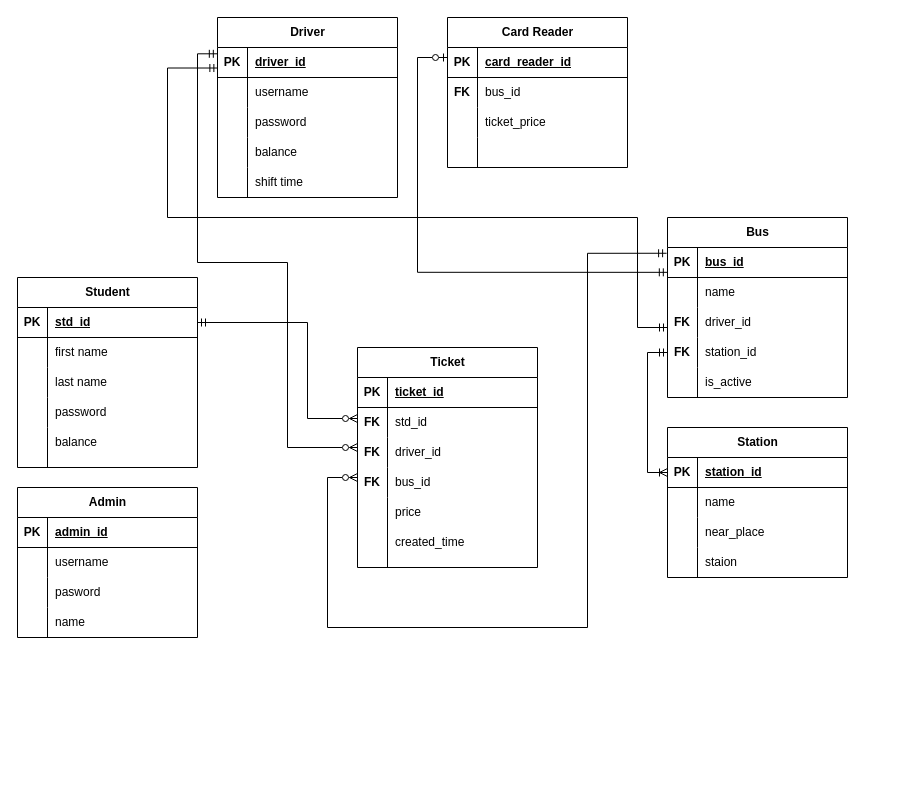
srbmm/bus_ticket_server keeps this draw.io diagram as entity_diagrams.drawio. Above is the earlier version. Source tidied: cells renumbered, new cells numbered last; positions are measured from the earlier drawing's top-left corner, leaving out a move shared by most shapes. Both pictures are drawn from the tidied source at 100%, with x=0, y=0 at pixel (17, 17).
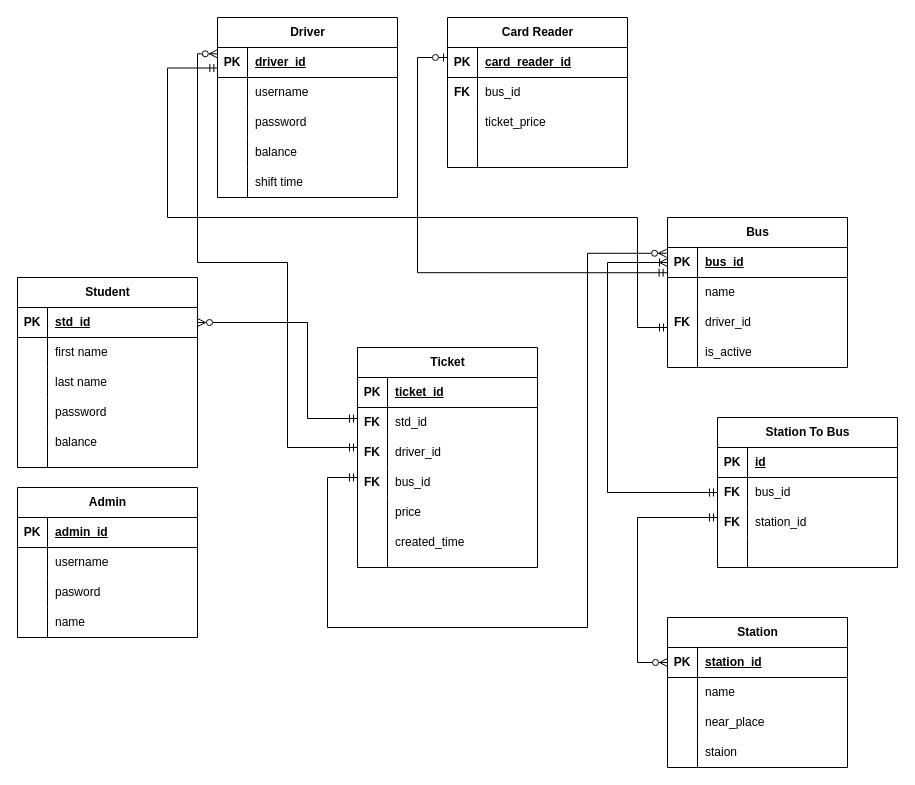
Above is the later version.

Unchanged cells that the change refers to:
```xml
<mxCell id="3" style="shape=tableRow;horizontal=0;startSize=0;swimlaneHead=0;swimlaneBody=0;fillColor=none;points=[[0,0.5],[1,0.5]];portConstraint=eastwest;top=0;left=0;right=0;bottom=1;" parent="2" vertex="1">
  <mxGeometry y="30" width="180" height="30" as="geometry" />
</mxCell>
<mxCell id="47" style="shape=tableRow;horizontal=0;startSize=0;swimlaneHead=0;swimlaneBody=0;fillColor=none;points=[[0,0.5],[1,0.5]];portConstraint=eastwest;top=0;left=0;right=0;bottom=1;" parent="46" vertex="1">
  <mxGeometry y="30" width="180" height="30" as="geometry" />
</mxCell>
<mxCell id="56" style="shape=tableRow;horizontal=0;startSize=0;swimlaneHead=0;swimlaneBody=0;fillColor=none;top=0;left=0;right=0;bottom=0;" parent="46" vertex="1">
  <mxGeometry y="120" width="180" height="30" as="geometry" />
</mxCell>
<mxCell id="60" style="shape=tableRow;horizontal=0;startSize=0;swimlaneHead=0;swimlaneBody=0;fillColor=none;points=[[0,0.5],[1,0.5]];portConstraint=eastwest;top=0;left=0;right=0;bottom=1;" parent="59" vertex="1">
  <mxGeometry y="30" width="180" height="30" as="geometry" />
</mxCell>
<mxCell id="75" style="shape=tableRow;horizontal=0;startSize=0;swimlaneHead=0;swimlaneBody=0;fillColor=none;points=[[0,0.5],[1,0.5]];portConstraint=eastwest;top=0;left=0;right=0;bottom=1;" parent="74" vertex="1">
  <mxGeometry y="30" width="180" height="30" as="geometry" />
</mxCell>
<mxCell id="90" style="shape=tableRow;horizontal=0;startSize=0;swimlaneHead=0;swimlaneBody=0;fillColor=none;points=[[0,0.5],[1,0.5]];portConstraint=eastwest;top=0;left=0;right=0;bottom=1;" parent="89" vertex="1">
  <mxGeometry y="30" width="180" height="30" as="geometry" />
</mxCell>
```

Diff of the diagram source:
```diff
@@
     <mxCell id="46" value="Bus" style="shape=table;startSize=30;childLayout=tableLayout;rowLines=0;fontStyle=1;align=center;html=1;" parent="1" vertex="1">
-      <mxGeometry x="650" y="200" width="180" height="180" as="geometry" />
+      <mxGeometry x="650" y="200" width="180" height="150" as="geometry" />
     </mxCell>
@@
-    <mxCell id="58" value="station_id" style="shape=partialRectangle;fillColor=none;top=0;left=0;bottom=0;right=0;align=left;spacingLeft=6;overflow=hidden;whiteSpace=wrap;html=1;" parent="56" vertex="1">
+    <mxCell id="58" style="shape=partialRectangle;fillColor=none;top=0;left=0;bottom=0;right=0;align=left;spacingLeft=6;overflow=hidden;whiteSpace=wrap;html=1;" parent="56" vertex="1">
       <mxGeometry x="30" width="150" height="30" as="geometry" />
     </mxCell>
     <mxCell id="59" value="Station" style="shape=table;startSize=30;childLayout=tableLayout;rowLines=0;fontStyle=1;align=center;html=1;" parent="1" vertex="1">
-      <mxGeometry x="650" y="410" width="180" height="150" as="geometry" />
+      <mxGeometry x="650" y="600" width="180" height="150" as="geometry" />
     </mxCell>
@@
     <mxCell id="72" value="is_active" style="shape=partialRectangle;fillColor=none;top=0;left=0;bottom=0;right=0;align=left;spacingLeft=6;overflow=hidden;whiteSpace=wrap;html=1;" parent="1" vertex="1">
-      <mxGeometry x="680" y="350" width="150" height="30" as="geometry" />
+      <mxGeometry x="680" y="320" width="150" height="30" as="geometry" />
     </mxCell>
     <mxCell id="73" style="endArrow=none;html=1;rounded=0;" parent="1" edge="1">
       <mxGeometry relative="1" as="geometry">
-        <mxPoint x="680" y="380" as="sourcePoint" />
+        <mxPoint x="680" y="350" as="sourcePoint" />
         <mxPoint x="680" y="350" as="targetPoint" />
       </mxGeometry>
     </mxCell>
@@
-    <mxCell id="103" value="FK" style="shape=partialRectangle;fillColor=none;top=0;left=0;bottom=0;right=0;fontStyle=1;overflow=hidden;whiteSpace=wrap;html=1;" parent="1" vertex="1">
-      <mxGeometry x="650" y="320" width="30" height="30" as="geometry" />
-    </mxCell>
@@
-    <mxCell id="108" style="edgeStyle=orthogonalEdgeStyle;rounded=0;jettySize=auto;html=1;endArrow=ERzeroToMany;endFill=0;startArrow=ERmandOne;startFill=0;" parent="1" edge="1" source="3">
+    <mxCell id="108" style="edgeStyle=orthogonalEdgeStyle;rounded=0;jettySize=auto;html=1;endArrow=ERmandOne;endFill=0;startArrow=ERzeroToMany;startFill=0;" parent="1" edge="1" source="3">
       <mxGeometry relative="1" as="geometry">
         <mxPoint x="340" y="401" as="targetPoint" />
         <Array as="points">
           <mxPoint x="290" y="305" />
           <mxPoint x="290" y="401" />
         </Array>
       </mxGeometry>
     </mxCell>
-    <mxCell id="109" style="edgeStyle=orthogonalEdgeStyle;rounded=0;jettySize=auto;html=1;exitX=-0.001;exitY=0.21;exitDx=0;exitDy=0;exitPerimeter=0;endArrow=ERzeroToMany;endFill=0;startArrow=ERmandOne;startFill=0;" parent="1" edge="1" source="75">
+    <mxCell id="109" style="edgeStyle=orthogonalEdgeStyle;rounded=0;jettySize=auto;html=1;exitX=-0.001;exitY=0.21;exitDx=0;exitDy=0;exitPerimeter=0;endArrow=ERmandOne;endFill=0;startArrow=ERzeroToMany;startFill=0;" parent="1" edge="1" source="75">
       <mxGeometry relative="1" as="geometry">
         <mxPoint x="340" y="430" as="targetPoint" />
         <Array as="points">
           <mxPoint x="180" y="36" />
           <mxPoint x="180" y="245" />
           <mxPoint x="270" y="245" />
           <mxPoint x="270" y="430" />
         </Array>
       </mxGeometry>
     </mxCell>
-    <mxCell id="110" style="edgeStyle=orthogonalEdgeStyle;rounded=0;jettySize=auto;html=1;exitX=-0.005;exitY=0.192;exitDx=0;exitDy=0;exitPerimeter=0;endArrow=ERzeroToMany;endFill=0;startArrow=ERmandOne;startFill=0;" parent="1" edge="1" source="47">
+    <mxCell id="110" style="edgeStyle=orthogonalEdgeStyle;rounded=0;jettySize=auto;html=1;exitX=-0.005;exitY=0.192;exitDx=0;exitDy=0;exitPerimeter=0;endArrow=ERmandOne;endFill=0;startArrow=ERzeroToMany;startFill=0;" parent="1" edge="1" source="47">
       <mxGeometry relative="1" as="geometry">
         <mxPoint x="340" y="460" as="targetPoint" />
         <Array as="points">
           <mxPoint x="570" y="236" />
           <mxPoint x="570" y="610" />
           <mxPoint x="310" y="610" />
           <mxPoint x="310" y="460" />
         </Array>
       </mxGeometry>
     </mxCell>
-    <mxCell id="111" style="edgeStyle=orthogonalEdgeStyle;rounded=0;jettySize=auto;html=1;exitX=-0.001;exitY=0.828;exitDx=0;exitDy=0;exitPerimeter=0;endArrow=ERzeroToOne;endFill=0;startArrow=ERmandOne;startFill=0;" parent="1" edge="1" source="47" target="90">
+    <mxCell id="111" style="edgeStyle=orthogonalEdgeStyle;rounded=0;jettySize=auto;html=1;endArrow=ERzeroToOne;endFill=0;startArrow=ERmandOne;startFill=0;exitX=-0.002;exitY=0.841;exitDx=0;exitDy=0;exitPerimeter=0;" parent="1" edge="1" source="47" target="90">
       <mxGeometry relative="1" as="geometry">
         <Array as="points">
           <mxPoint x="400" y="255" />
           <mxPoint x="400" y="40" />
         </Array>
       </mxGeometry>
     </mxCell>
     <mxCell id="112" style="edgeStyle=orthogonalEdgeStyle;rounded=0;jettySize=auto;html=1;exitX=0.002;exitY=0.684;exitDx=0;exitDy=0;exitPerimeter=0;startArrow=ERmandOne;startFill=0;endArrow=ERmandOne;endFill=0;" parent="1" edge="1" source="75">
       <mxGeometry relative="1" as="geometry">
         <mxPoint x="650" y="310" as="targetPoint" />
         <Array as="points">
-          <mxPoint x="150" y="50" />
+          <mxPoint x="150" y="51" />
           <mxPoint x="150" y="200" />
           <mxPoint x="620" y="200" />
           <mxPoint x="620" y="310" />
+          <mxPoint x="650" y="310" />
         </Array>
       </mxGeometry>
     </mxCell>
-    <mxCell id="113" style="edgeStyle=orthogonalEdgeStyle;rounded=0;jettySize=auto;html=1;entryX=0;entryY=0.75;entryDx=0;entryDy=0;endArrow=ERmandOne;endFill=0;startArrow=ERoneToMany;startFill=0;" parent="1" edge="1" source="60" target="46">
-      <mxGeometry relative="1" as="geometry">
-        <Array as="points">
-          <mxPoint x="630" y="455" />
-          <mxPoint x="630" y="335" />
-        </Array>
-      </mxGeometry>
-    </mxCell>
+    <mxCell id="114" value="Station To Bus" style="shape=table;startSize=30;childLayout=tableLayout;rowLines=0;fontStyle=1;align=center;html=1;" parent="1" vertex="1">
+      <mxGeometry x="700" y="400" width="180" height="150" as="geometry" />
+    </mxCell>
+    <mxCell id="115" style="shape=tableRow;horizontal=0;startSize=0;swimlaneHead=0;swimlaneBody=0;fillColor=none;top=0;left=0;right=0;bottom=1;" parent="114" vertex="1">
+      <mxGeometry y="30" width="180" height="30" as="geometry" />
+    </mxCell>
+    <mxCell id="116" value="PK" style="shape=partialRectangle;fillColor=none;top=0;left=0;bottom=0;right=0;fontStyle=1;overflow=hidden;whiteSpace=wrap;html=1;" parent="115" vertex="1">
+      <mxGeometry width="30" height="30" as="geometry" />
+    </mxCell>
+    <mxCell id="117" value="id" style="shape=partialRectangle;fillColor=none;top=0;left=0;bottom=0;right=0;align=left;spacingLeft=6;fontStyle=5;overflow=hidden;whiteSpace=wrap;html=1;" parent="115" vertex="1">
+      <mxGeometry x="30" width="150" height="30" as="geometry" />
+    </mxCell>
+    <mxCell id="118" style="shape=tableRow;horizontal=0;startSize=0;swimlaneHead=0;swimlaneBody=0;fillColor=none;points=[[0,0.5],[1,0.5]];portConstraint=eastwest;top=0;left=0;right=0;bottom=0;" parent="114" vertex="1">
+      <mxGeometry y="60" width="180" height="30" as="geometry" />
+    </mxCell>
+    <mxCell id="119" style="shape=partialRectangle;fillColor=none;top=0;left=0;bottom=0;right=0;overflow=hidden;whiteSpace=wrap;html=1;" parent="118" vertex="1">
+      <mxGeometry width="30" height="30" as="geometry" />
+    </mxCell>
+    <mxCell id="120" value="bus_id" style="shape=partialRectangle;fillColor=none;top=0;left=0;bottom=0;right=0;align=left;spacingLeft=6;overflow=hidden;whiteSpace=wrap;html=1;" parent="118" vertex="1">
+      <mxGeometry x="30" width="150" height="30" as="geometry" />
+    </mxCell>
+    <mxCell id="121" style="shape=tableRow;horizontal=0;startSize=0;swimlaneHead=0;swimlaneBody=0;fillColor=none;top=0;left=0;right=0;bottom=0;" parent="114" vertex="1">
+      <mxGeometry y="90" width="180" height="30" as="geometry" />
+    </mxCell>
+    <mxCell id="122" style="shape=partialRectangle;fillColor=none;top=0;left=0;bottom=0;right=0;overflow=hidden;whiteSpace=wrap;html=1;" parent="121" vertex="1">
+      <mxGeometry width="30" height="30" as="geometry" />
+    </mxCell>
+    <mxCell id="123" value="station_id" style="shape=partialRectangle;fillColor=none;top=0;left=0;bottom=0;right=0;align=left;spacingLeft=6;overflow=hidden;whiteSpace=wrap;html=1;" parent="121" vertex="1">
+      <mxGeometry x="30" width="150" height="30" as="geometry" />
+    </mxCell>
+    <mxCell id="124" style="shape=tableRow;horizontal=0;startSize=0;swimlaneHead=0;swimlaneBody=0;fillColor=none;top=0;left=0;right=0;bottom=0;" parent="114" vertex="1">
+      <mxGeometry y="120" width="180" height="30" as="geometry" />
+    </mxCell>
+    <mxCell id="125" style="shape=partialRectangle;fillColor=none;top=0;left=0;bottom=0;right=0;overflow=hidden;whiteSpace=wrap;html=1;" parent="124" vertex="1">
+      <mxGeometry width="30" height="30" as="geometry" />
+    </mxCell>
+    <mxCell id="126" style="shape=partialRectangle;fillColor=none;top=0;left=0;bottom=0;right=0;align=left;spacingLeft=6;overflow=hidden;whiteSpace=wrap;html=1;" parent="124" vertex="1">
+      <mxGeometry x="30" width="150" height="30" as="geometry" />
+    </mxCell>
+    <mxCell id="127" style="endArrow=ERoneToMany;html=1;rounded=0;entryX=0;entryY=0.5;entryDx=0;entryDy=0;exitX=0;exitY=0.5;exitDx=0;exitDy=0;endFill=0;startArrow=ERmandOne;startFill=0;" parent="1" edge="1" source="118" target="47">
+      <mxGeometry relative="1" as="geometry">
+        <Array as="points">
+          <mxPoint x="590" y="475" />
+          <mxPoint x="590" y="245" />
+        </Array>
+      </mxGeometry>
+    </mxCell>
+    <mxCell id="128" value="FK" style="shape=partialRectangle;fillColor=none;top=0;left=0;bottom=0;right=0;fontStyle=1;overflow=hidden;whiteSpace=wrap;html=1;" parent="1" vertex="1">
+      <mxGeometry x="700" y="460" width="30" height="30" as="geometry" />
+    </mxCell>
+    <mxCell id="129" value="FK" style="shape=partialRectangle;fillColor=none;top=0;left=0;bottom=0;right=0;fontStyle=1;overflow=hidden;whiteSpace=wrap;html=1;" parent="1" vertex="1">
+      <mxGeometry x="700" y="490" width="30" height="30" as="geometry" />
+    </mxCell>
+    <mxCell id="130" style="endArrow=ERmandOne;html=1;rounded=0;exitX=0;exitY=0.5;exitDx=0;exitDy=0;startArrow=ERzeroToMany;startFill=0;endFill=0;" parent="1" edge="1" source="60">
+      <mxGeometry relative="1" as="geometry">
+        <mxPoint x="700" y="500" as="targetPoint" />
+        <Array as="points">
+          <mxPoint x="620" y="645" />
+          <mxPoint x="620" y="500" />
+        </Array>
+      </mxGeometry>
+    </mxCell>
```
